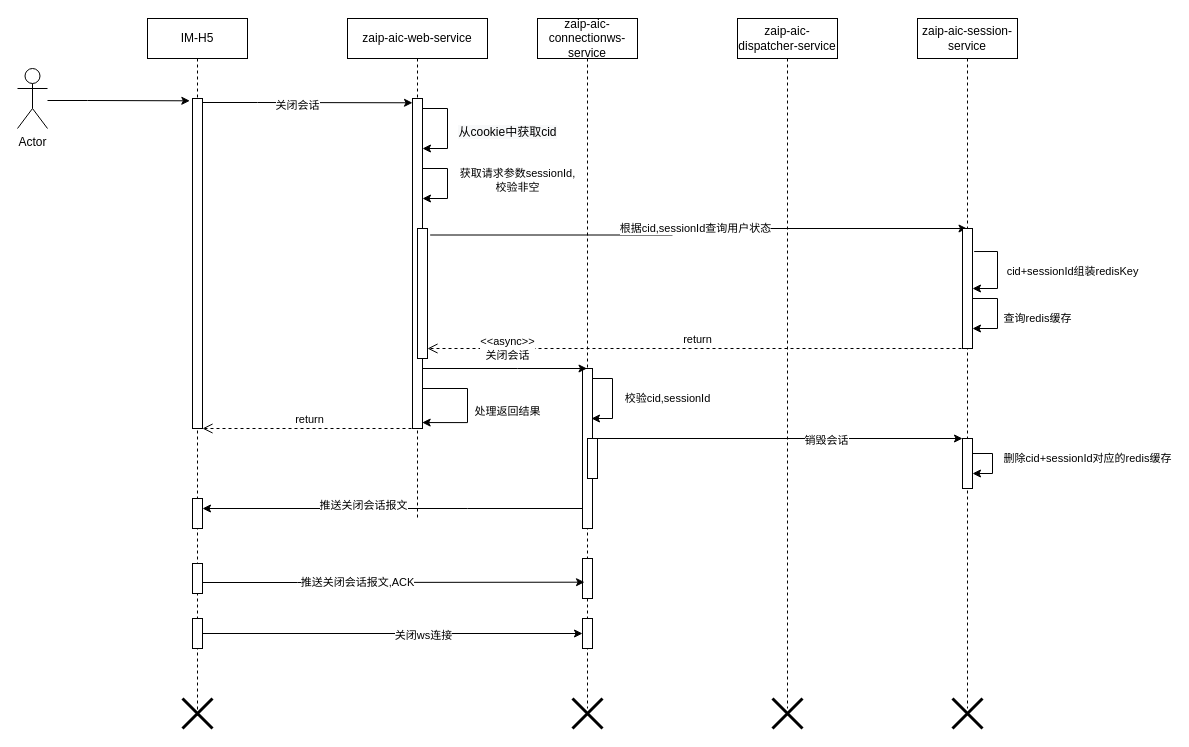
The draw.io diagram 关闭会话.drawio in hack0303/draw.io-store, before the edit. Source tidied: cells renumbered, new cells numbered last; positions are measured from the earlier drawing's top-left corner, leaving out a move shared by most shapes. Both pictures are drawn from the tidied source at 100%, with x=0, y=0 at pixel (17, 18).
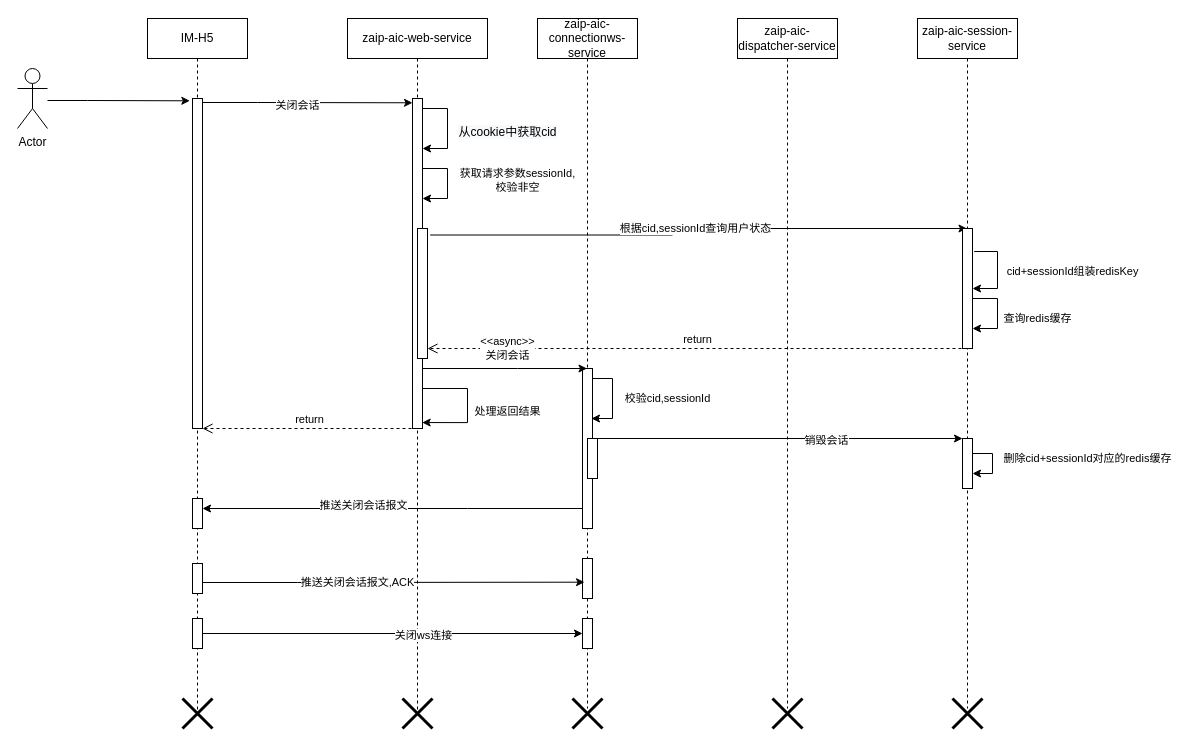
After the change.

Commit message:
更新关闭会话.drawio

Change to the diagram source:
```diff
@@
     <mxCell id="16" value="zaip-aic-web-service" style="shape=umlLifeline;perimeter=lifelinePerimeter;whiteSpace=wrap;html=1;" parent="1" vertex="1">
-      <mxGeometry x="330" width="140" height="500" as="geometry" />
+      <mxGeometry x="330" width="140" height="700" as="geometry" />
     </mxCell>
@@
+    <mxCell id="46" style="shape=umlDestroy;whiteSpace=wrap;html=1;strokeWidth=3;" parent="16" vertex="1">
+      <mxGeometry x="55" y="680" width="30" height="30" as="geometry" />
+    </mxCell>
```
